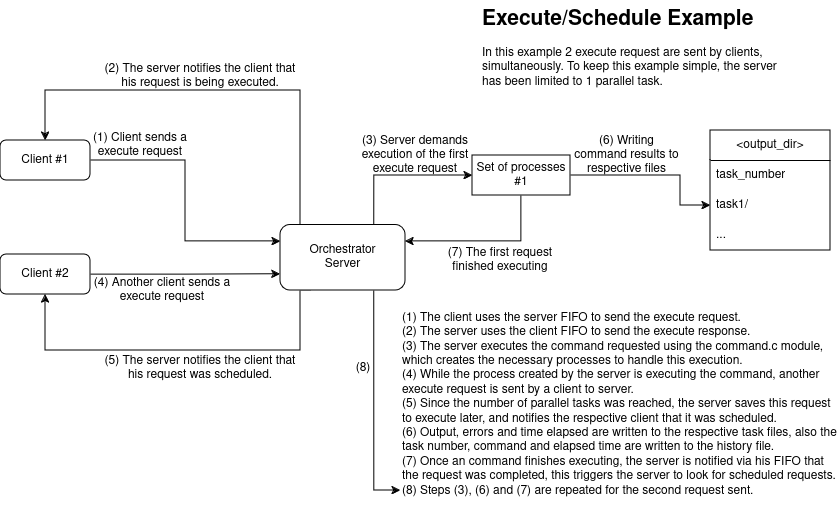
Above: report/diagrams/execute_schedule.png in migueltc13/project-OS (draw.io), before the change. Source tidied: cells renumbered, new cells last; positions are measured from the earlier drawing's top-left corner, leaving out a move shared by most shapes.
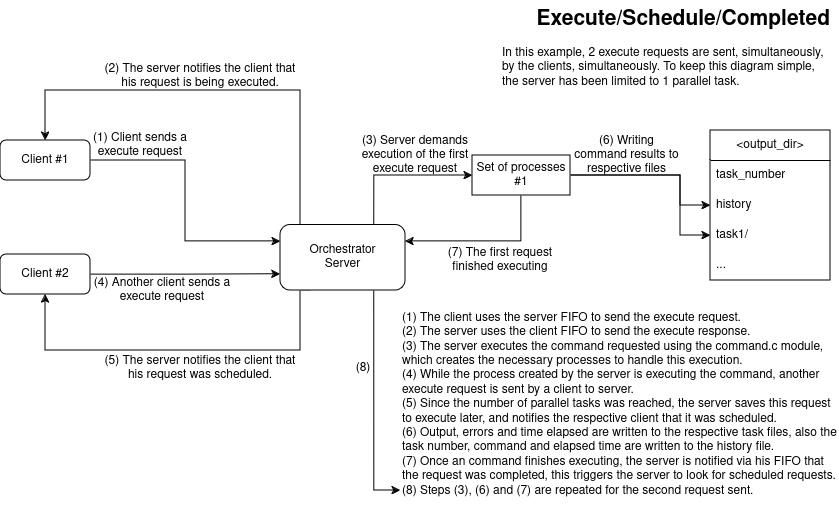
After the commit.

Commit message:
Update report diagrams

The edit, as a diff of the source:
```diff
@@ -18,16 +18,19 @@
       <mxGeometry x="70" y="130" width="140" height="30" as="geometry" />
     </mxCell>
     <mxCell id="7" value="&amp;lt;output_dir&amp;gt;" style="swimlane;fontStyle=0;horizontal=1;startSize=30;whiteSpace=wrap;html=1;" parent="1" vertex="1">
-      <mxGeometry x="710" y="130" width="120" height="120" as="geometry" />
+      <mxGeometry x="710" y="130" width="120" height="150" as="geometry" />
     </mxCell>
     <mxCell id="8" value="task_number" style="text;strokeColor=none;fillColor=none;align=left;verticalAlign=middle;spacingLeft=4;spacingRight=4;overflow=hidden;whiteSpace=wrap;html=1;" parent="7" vertex="1">
       <mxGeometry y="30" width="120" height="30" as="geometry" />
     </mxCell>
+    <mxCell id="28" value="history" style="text;strokeColor=none;fillColor=none;align=left;verticalAlign=middle;spacingLeft=4;spacingRight=4;overflow=hidden;points=[[0,0.5],[1,0.5]];portConstraint=eastwest;whiteSpace=wrap;html=1;" parent="7" vertex="1">
+      <mxGeometry y="60" width="120" height="30" as="geometry" />
+    </mxCell>
     <mxCell id="9" value="task1/" style="text;strokeColor=none;fillColor=none;align=left;verticalAlign=middle;spacingLeft=4;spacingRight=4;overflow=hidden;points=[[0,0.5],[1,0.5]];portConstraint=eastwest;whiteSpace=wrap;html=1;" parent="7" vertex="1">
-      <mxGeometry y="60" width="120" height="30" as="geometry" />
+      <mxGeometry y="90" width="120" height="30" as="geometry" />
     </mxCell>
     <mxCell id="10" value="..." style="text;strokeColor=none;fillColor=none;align=left;verticalAlign=middle;spacingLeft=4;spacingRight=4;overflow=hidden;whiteSpace=wrap;html=1;" parent="7" vertex="1">
-      <mxGeometry y="90" width="120" height="30" as="geometry" />
+      <mxGeometry y="120" width="120" height="30" as="geometry" />
     </mxCell>
     <mxCell id="11" style="edgeStyle=orthogonalEdgeStyle;rounded=0;jettySize=auto;html=1;entryX=0.5;entryY=0;entryDx=0;entryDy=0;" parent="1" edge="1" source="15" target="5">
       <mxGeometry relative="1" as="geometry">
@@ -60,8 +63,8 @@
     <mxCell id="15" value="Orchestrator&lt;br&gt;Server" style="rounded=1;whiteSpace=wrap;html=1;" parent="1" vertex="1">
       <mxGeometry x="280" y="224.5" width="125" height="65.5" as="geometry" />
     </mxCell>
-    <mxCell id="16" value="&lt;h1 style=&quot;margin-top: 0px; font-size: 21px;&quot;&gt;Execute/Schedule Example&lt;br&gt;&lt;/h1&gt;&lt;p&gt;In this example 2 execute request are sent by clients, &lt;span class=&quot;yKMVIe&quot; aria-level=&quot;1&quot; role=&quot;heading&quot;&gt;simultaneously&lt;/span&gt;. To keep this example simple, the server has been limited to 1 parallel task.&lt;br&gt;&lt;/p&gt;" style="text;html=1;whiteSpace=wrap;overflow=hidden;rounded=0;" parent="1" vertex="1">
-      <mxGeometry x="480" width="300" height="120" as="geometry" />
+    <mxCell id="16" value="&lt;h1 align=&quot;right&quot; style=&quot;margin-top: 0px; font-size: 21px;&quot;&gt;Execute/Schedule/Completed&lt;br&gt;&lt;/h1&gt;&lt;p&gt;In this example, 2 execute requests are sent, &lt;span class=&quot;yKMVIe&quot; aria-level=&quot;1&quot; role=&quot;heading&quot;&gt;simultaneously&lt;/span&gt;, by the clients, &lt;span class=&quot;yKMVIe&quot; aria-level=&quot;1&quot; role=&quot;heading&quot;&gt;simultaneously&lt;/span&gt;. To keep this diagram simple, the server has been limited to 1 parallel task.&lt;br&gt;&lt;/p&gt;" style="text;html=1;whiteSpace=wrap;overflow=hidden;rounded=0;" parent="1" vertex="1">
+      <mxGeometry x="500" width="330" height="120" as="geometry" />
     </mxCell>
     <mxCell id="17" value="(2) The server notifies the client&amp;nbsp;that his request is being executed." style="text;html=1;align=center;verticalAlign=middle;whiteSpace=wrap;rounded=0;" parent="1" vertex="1">
       <mxGeometry x="100" y="61" width="200" height="30" as="geometry" />
@@ -82,10 +85,18 @@
       <mxGeometry relative="1" as="geometry">
         <Array as="points">
           <mxPoint x="680" y="175" />
-          <mxPoint x="680" y="205" />
+          <mxPoint x="680" y="235" />
         </Array>
       </mxGeometry>
     </mxCell>
+    <mxCell id="29" style="edgeStyle=orthogonalEdgeStyle;rounded=0;jettySize=auto;html=1;entryX=0;entryY=0.5;entryDx=0;entryDy=0;" parent="1" edge="1" source="23" target="28">
+      <mxGeometry relative="1" as="geometry">
+        <Array as="points">
+          <mxPoint x="680" y="175" />
+          <mxPoint x="680" y="205" />
+        </Array>
+      </mxGeometry>
+    </mxCell>
     <mxCell id="23" value="Set of processes #1" style="rounded=0;whiteSpace=wrap;html=1;" parent="1" vertex="1">
       <mxGeometry x="472" y="155" width="98" height="40" as="geometry" />
     </mxCell>
```
